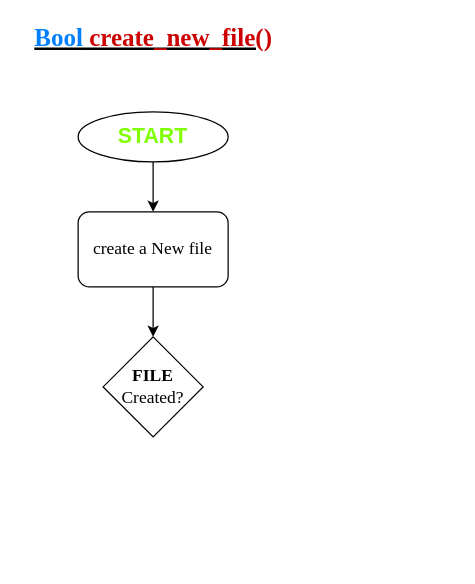
Earlier version of the draw.io diagram page "Page-3" (3 of 3) of MONICA._flowchart_after_tsdone.drawio (francis-job/MONICA_Design-Analysis). Source tidied: cells renumbered, new cells numbered last; positions are measured from the earlier drawing's top-left corner, leaving out a move shared by most shapes. Both pictures are drawn from the tidied source at 125%, with x=0, y=0 at pixel (21, 24).
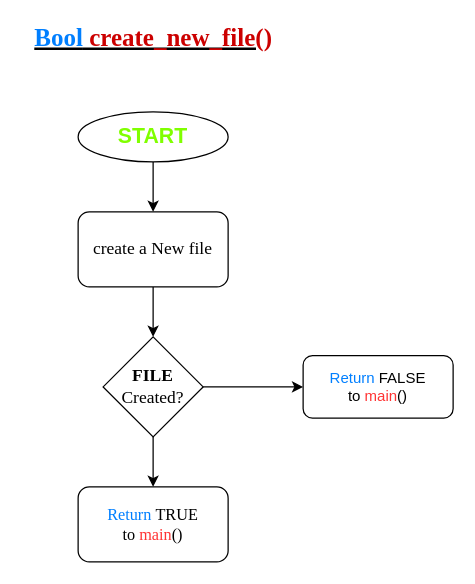
The same page after the edit.

Diff of the diagram source:
```diff
@@
 <mxGraphModel>
   <root>
     <mxCell id="0" />
     <mxCell id="1" parent="0" />
     <mxCell id="2" value="&lt;font face=&quot;Times New Roman&quot; size=&quot;1&quot;&gt;&lt;b&gt;&lt;u style=&quot;font-size: 20px&quot;&gt;&lt;font color=&quot;#007fff&quot;&gt;Bool&lt;/font&gt;&lt;font color=&quot;#cc0000&quot;&gt; create_new_file()&lt;/font&gt;&lt;/u&gt;&lt;/b&gt;&lt;/font&gt;" style="text;html=1;align=center;verticalAlign=middle;fillColor=none;strokeColor=none;rounded=0;" parent="1" vertex="1">
       <mxGeometry width="210" height="20" as="geometry" />
     </mxCell>
     <mxCell id="3" style="edgeStyle=orthogonalEdgeStyle;rounded=0;jettySize=auto;html=1;exitX=0.5;exitY=1;exitDx=0;exitDy=0;" parent="1" edge="1" source="4" target="6">
       <mxGeometry relative="1" as="geometry" />
     </mxCell>
     <mxCell id="4" value="&lt;b&gt;&lt;font style=&quot;font-size: 17px&quot; color=&quot;#80ff00&quot;&gt;START&lt;/font&gt;&lt;/b&gt;" style="ellipse;whiteSpace=wrap;html=1;" parent="1" vertex="1">
       <mxGeometry x="45" y="70" width="120" height="40" as="geometry" />
     </mxCell>
     <mxCell id="5" style="edgeStyle=orthogonalEdgeStyle;rounded=0;jettySize=auto;html=1;exitX=0.5;exitY=1;exitDx=0;exitDy=0;" parent="1" edge="1" source="6" target="7">
       <mxGeometry relative="1" as="geometry" />
     </mxCell>
     <mxCell id="6" value="&lt;font face=&quot;Times New Roman&quot; style=&quot;font-size: 14px&quot;&gt;create a New file&lt;/font&gt;" style="rounded=1;whiteSpace=wrap;html=1;" parent="1" vertex="1">
       <mxGeometry x="45" y="150" width="120" height="60" as="geometry" />
     </mxCell>
+    <mxCell id="8" style="edgeStyle=orthogonalEdgeStyle;rounded=0;jettySize=auto;html=1;exitX=0.5;exitY=1;exitDx=0;exitDy=0;entryX=0.5;entryY=0;entryDx=0;entryDy=0;" parent="1" edge="1" source="7" target="11">
+      <mxGeometry relative="1" as="geometry" />
+    </mxCell>
+    <mxCell id="9" style="edgeStyle=orthogonalEdgeStyle;rounded=0;jettySize=auto;html=1;exitX=1;exitY=0.5;exitDx=0;exitDy=0;" parent="1" edge="1" source="7" target="10">
+      <mxGeometry relative="1" as="geometry" />
+    </mxCell>
     <mxCell id="7" value="&lt;font face=&quot;Times New Roman&quot; style=&quot;font-size: 14px&quot;&gt;&lt;b&gt;FILE&lt;/b&gt;&lt;br&gt;Created?&lt;/font&gt;" style="rhombus;whiteSpace=wrap;html=1;" parent="1" vertex="1">
       <mxGeometry x="65" y="250" width="80" height="80" as="geometry" />
     </mxCell>
+    <mxCell id="10" value="&lt;font color=&quot;#007fff&quot;&gt;Return&lt;/font&gt;&lt;span&gt;&amp;nbsp;FALSE to&amp;nbsp;&lt;/span&gt;&lt;font color=&quot;#ff3333&quot;&gt;main&lt;/font&gt;&lt;span&gt;()&lt;/span&gt;" style="rounded=1;whiteSpace=wrap;html=1;" parent="1" vertex="1">
+      <mxGeometry x="225" y="265" width="120" height="50" as="geometry" />
+    </mxCell>
+    <mxCell id="11" value="&lt;font color=&quot;#007fff&quot; style=&quot;font-family: &amp;#34;times new roman&amp;#34; ; font-size: 13px&quot;&gt;Return&lt;/font&gt;&lt;span style=&quot;font-family: &amp;#34;times new roman&amp;#34; ; font-size: 13px&quot;&gt;&amp;nbsp;TRUE to&amp;nbsp;&lt;/span&gt;&lt;font color=&quot;#ff3333&quot; style=&quot;font-family: &amp;#34;times new roman&amp;#34; ; font-size: 13px&quot;&gt;main&lt;/font&gt;&lt;span style=&quot;font-family: &amp;#34;times new roman&amp;#34; ; font-size: 13px&quot;&gt;()&lt;/span&gt;" style="rounded=1;whiteSpace=wrap;html=1;" parent="1" vertex="1">
+      <mxGeometry x="45" y="370" width="120" height="60" as="geometry" />
+    </mxCell>
   </root>
 </mxGraphModel>
```
